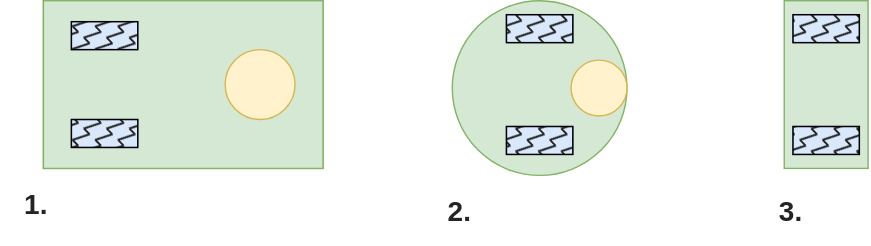
Above: Figures/DifferentialDrive.drawio.svg in orjano-max/ORJANOS_MASTER_REPO (draw.io), before the change. Source tidied: cells renumbered, new cells last; positions are measured from the earlier drawing's top-left corner, leaving out a move shared by most shapes. The source it was exported from:
```xml
<mxGraphModel>
  <root>
    <mxCell id="0" />
    <mxCell id="1" parent="0" />
    <mxCell id="2" style="group;" parent="1" vertex="1">
      <mxGeometry x="560" width="60" height="120" as="geometry" />
    </mxCell>
    <mxCell id="3" style="rounded=0;whiteSpace=wrap;html=1;direction=south;fillColor=#d5e8d4;strokeColor=#82b366;" parent="2" vertex="1">
      <mxGeometry width="60" height="120" as="geometry" />
    </mxCell>
    <mxCell id="4" style="rounded=0;whiteSpace=wrap;html=1;fillStyle=auto;fillColor=#dae8fc;strokeColor=#6c8ebf;" parent="2" vertex="1">
      <mxGeometry x="6.2" y="10" width="47.5" height="20" as="geometry" />
    </mxCell>
    <mxCell id="5" style="rounded=0;whiteSpace=wrap;html=1;fillStyle=zigzag-line;fillColor=#242424;" parent="2" vertex="1">
      <mxGeometry x="6.2" y="10" width="47.5" height="20" as="geometry" />
    </mxCell>
    <mxCell id="6" style="rounded=0;whiteSpace=wrap;html=1;fillStyle=auto;fillColor=#dae8fc;strokeColor=#6c8ebf;" parent="2" vertex="1">
      <mxGeometry x="6.2" y="90" width="47.5" height="20" as="geometry" />
    </mxCell>
    <mxCell id="7" style="rounded=0;whiteSpace=wrap;html=1;fillStyle=zigzag-line;fillColor=#242424;" parent="2" vertex="1">
      <mxGeometry x="6.2" y="90" width="47.5" height="20" as="geometry" />
    </mxCell>
    <mxCell id="8" style="group;fillColor=#d5e8d4;strokeColor=#82b366;" parent="1" vertex="1">
      <mxGeometry x="30" width="200" height="120" as="geometry" />
    </mxCell>
    <mxCell id="9" style="rounded=0;whiteSpace=wrap;html=1;direction=south;fillColor=#d5e8d4;strokeColor=#82b366;" parent="8" vertex="1">
      <mxGeometry width="200" height="120" as="geometry" />
    </mxCell>
    <mxCell id="10" style="ellipse;whiteSpace=wrap;html=1;fillColor=#fff2cc;strokeColor=#d6b656;" parent="8" vertex="1">
      <mxGeometry x="130" y="35" width="50" height="50" as="geometry" />
    </mxCell>
    <mxCell id="11" style="rounded=0;whiteSpace=wrap;html=1;fillStyle=auto;fillColor=#dae8fc;strokeColor=#6c8ebf;" parent="8" vertex="1">
      <mxGeometry x="20" y="15" width="47.5" height="20" as="geometry" />
    </mxCell>
    <mxCell id="12" style="rounded=0;whiteSpace=wrap;html=1;fillStyle=zigzag-line;fillColor=#242424;" parent="8" vertex="1">
      <mxGeometry x="20" y="15" width="47.5" height="20" as="geometry" />
    </mxCell>
    <mxCell id="13" style="rounded=0;whiteSpace=wrap;html=1;fillStyle=auto;fillColor=#dae8fc;strokeColor=#6c8ebf;" parent="8" vertex="1">
      <mxGeometry x="20" y="85" width="47.5" height="20" as="geometry" />
    </mxCell>
    <mxCell id="14" style="rounded=0;whiteSpace=wrap;html=1;fillStyle=zigzag-line;fillColor=#242424;" parent="8" vertex="1">
      <mxGeometry x="20" y="85" width="47.5" height="20" as="geometry" />
    </mxCell>
    <mxCell id="15" style="group;" parent="1" vertex="1">
      <mxGeometry x="322.5" width="125" height="125" as="geometry" />
    </mxCell>
    <mxCell id="16" style="ellipse;whiteSpace=wrap;html=1;fillColor=#d5e8d4;strokeColor=#82b366;" parent="15" vertex="1">
      <mxGeometry width="125" height="125" as="geometry" />
    </mxCell>
    <mxCell id="17" style="rounded=0;whiteSpace=wrap;html=1;fillStyle=auto;fillColor=#dae8fc;strokeColor=#6c8ebf;" parent="15" vertex="1">
      <mxGeometry x="38.8" y="10" width="47.5" height="20" as="geometry" />
    </mxCell>
    <mxCell id="18" style="rounded=0;whiteSpace=wrap;html=1;fillStyle=zigzag-line;fillColor=#242424;" parent="15" vertex="1">
      <mxGeometry x="38.8" y="10" width="47.5" height="20" as="geometry" />
    </mxCell>
    <mxCell id="19" style="rounded=0;whiteSpace=wrap;html=1;fillStyle=auto;fillColor=#dae8fc;strokeColor=#6c8ebf;" parent="15" vertex="1">
      <mxGeometry x="38.8" y="90" width="47.5" height="20" as="geometry" />
    </mxCell>
    <mxCell id="20" style="rounded=0;whiteSpace=wrap;html=1;fillStyle=zigzag-line;fillColor=#242424;" parent="15" vertex="1">
      <mxGeometry x="38.8" y="90" width="47.5" height="20" as="geometry" />
    </mxCell>
    <mxCell id="21" style="ellipse;whiteSpace=wrap;html=1;fillColor=#fff2cc;strokeColor=#d6b656;" parent="15" vertex="1">
      <mxGeometry x="85" y="42.5" width="40" height="40" as="geometry" />
    </mxCell>
    <mxCell id="22" value="&lt;font size=&quot;1&quot;&gt;&lt;b style=&quot;font-size: 20px;&quot;&gt;3.&lt;/b&gt;&lt;/font&gt;" style="text;html=1;strokeColor=none;fillColor=none;align=center;verticalAlign=middle;whiteSpace=wrap;rounded=0;fontColor=#242424;" parent="1" vertex="1">
      <mxGeometry x="540" y="125" width="50" height="50" as="geometry" />
    </mxCell>
    <mxCell id="23" value="&lt;font size=&quot;1&quot;&gt;&lt;b style=&quot;font-size: 20px;&quot;&gt;1.&lt;/b&gt;&lt;/font&gt;" style="text;html=1;strokeColor=none;fillColor=none;align=center;verticalAlign=middle;whiteSpace=wrap;rounded=0;fontColor=#242424;" parent="1" vertex="1">
      <mxGeometry y="120" width="50" height="50" as="geometry" />
    </mxCell>
    <mxCell id="24" value="&lt;font size=&quot;1&quot;&gt;&lt;b style=&quot;font-size: 20px;&quot;&gt;2.&lt;/b&gt;&lt;/font&gt;" style="text;html=1;strokeColor=none;fillColor=none;align=center;verticalAlign=middle;whiteSpace=wrap;rounded=0;fontColor=#242424;" parent="1" vertex="1">
      <mxGeometry x="302.5" y="125" width="50" height="50" as="geometry" />
    </mxCell>
  </root>
</mxGraphModel>
```
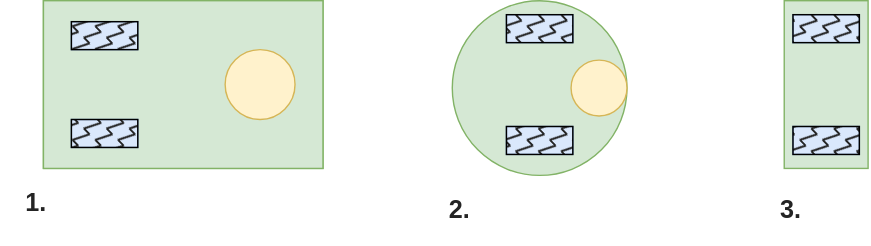
The same diagram one commit later.

Diff of the diagram source:
```diff
@@ -62,13 +62,13 @@
     <mxCell id="21" style="ellipse;whiteSpace=wrap;html=1;fillColor=#fff2cc;strokeColor=#d6b656;" parent="15" vertex="1">
       <mxGeometry x="85" y="42.5" width="40" height="40" as="geometry" />
     </mxCell>
-    <mxCell id="22" value="&lt;font size=&quot;1&quot;&gt;&lt;b style=&quot;font-size: 20px;&quot;&gt;3.&lt;/b&gt;&lt;/font&gt;" style="text;html=1;strokeColor=none;fillColor=none;align=center;verticalAlign=middle;whiteSpace=wrap;rounded=0;fontColor=#242424;" parent="1" vertex="1">
+    <mxCell id="22" value="&lt;font style=&quot;font-size: 18px;&quot;&gt;&lt;b style=&quot;font-size: 18px;&quot;&gt;3.&lt;/b&gt;&lt;/font&gt;" style="text;html=1;strokeColor=none;fillColor=none;align=center;verticalAlign=middle;whiteSpace=wrap;rounded=0;fontColor=#242424;fontSize=18;" parent="1" vertex="1">
       <mxGeometry x="540" y="125" width="50" height="50" as="geometry" />
     </mxCell>
-    <mxCell id="23" value="&lt;font size=&quot;1&quot;&gt;&lt;b style=&quot;font-size: 20px;&quot;&gt;1.&lt;/b&gt;&lt;/font&gt;" style="text;html=1;strokeColor=none;fillColor=none;align=center;verticalAlign=middle;whiteSpace=wrap;rounded=0;fontColor=#242424;" parent="1" vertex="1">
+    <mxCell id="23" value="&lt;font style=&quot;font-size: 18px;&quot;&gt;&lt;b style=&quot;font-size: 18px;&quot;&gt;1.&lt;/b&gt;&lt;/font&gt;" style="text;html=1;strokeColor=none;fillColor=none;align=center;verticalAlign=middle;whiteSpace=wrap;rounded=0;fontColor=#242424;fontSize=18;" parent="1" vertex="1">
       <mxGeometry y="120" width="50" height="50" as="geometry" />
     </mxCell>
-    <mxCell id="24" value="&lt;font size=&quot;1&quot;&gt;&lt;b style=&quot;font-size: 20px;&quot;&gt;2.&lt;/b&gt;&lt;/font&gt;" style="text;html=1;strokeColor=none;fillColor=none;align=center;verticalAlign=middle;whiteSpace=wrap;rounded=0;fontColor=#242424;" parent="1" vertex="1">
+    <mxCell id="24" value="&lt;font style=&quot;font-size: 18px;&quot;&gt;&lt;b style=&quot;font-size: 18px;&quot;&gt;2.&lt;/b&gt;&lt;/font&gt;" style="text;html=1;strokeColor=none;fillColor=none;align=center;verticalAlign=middle;whiteSpace=wrap;rounded=0;fontColor=#242424;fontSize=18;" parent="1" vertex="1">
       <mxGeometry x="302.5" y="125" width="50" height="50" as="geometry" />
     </mxCell>
   </root>
```
